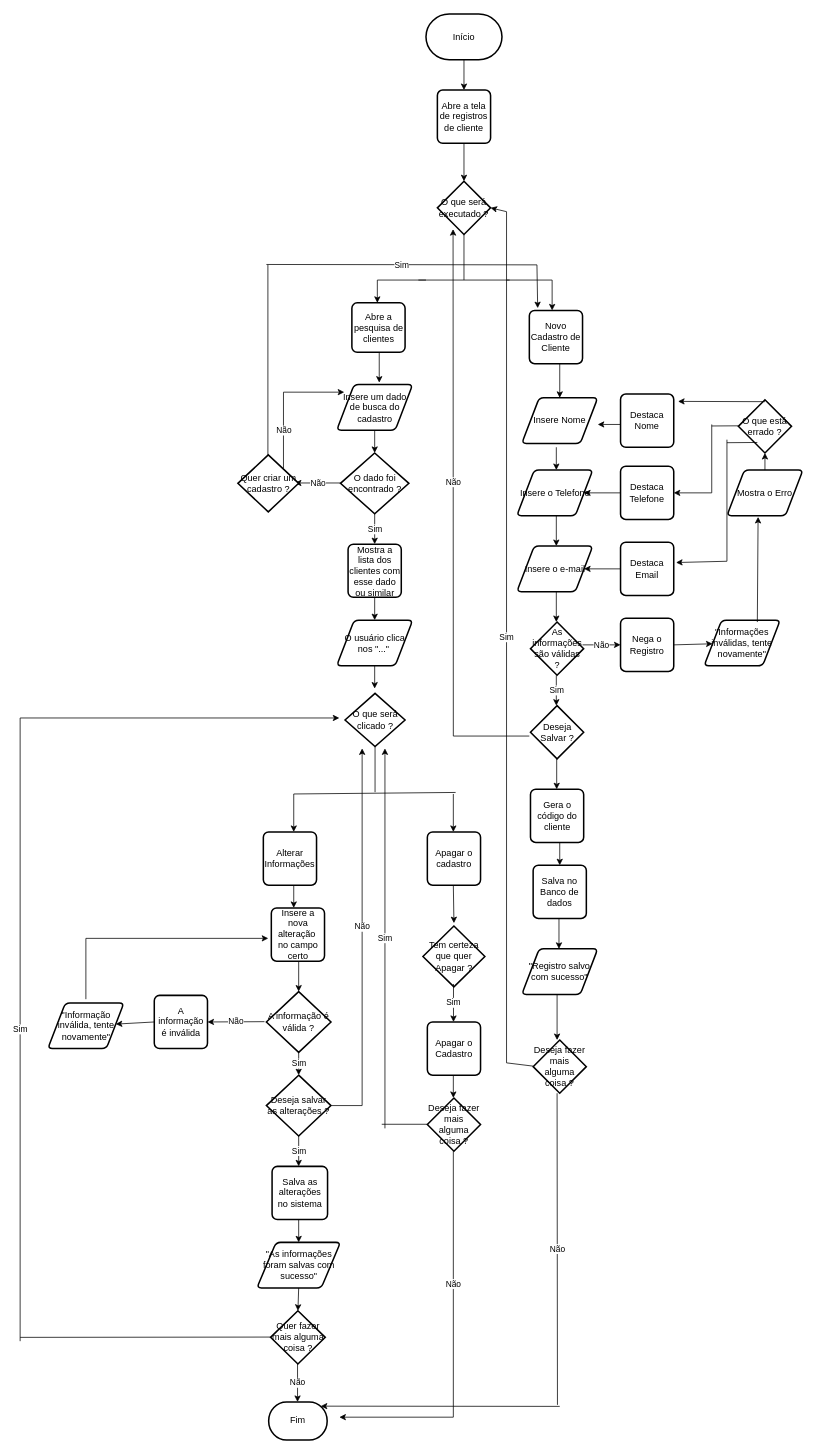
Above: page "Cadastro-de-Cliente" (2 of 14) of DOC/Fluxograma.drawio in GuilhermeIgarashi7/avatar-Fluxograma (draw.io), before the change. Source tidied: cells renumbered, new cells numbered last; positions are measured from the earlier drawing's top-left corner, leaving out a move shared by most shapes. Both pictures are drawn from the tidied source at 76%, with x=0, y=0 at pixel (20, 14).
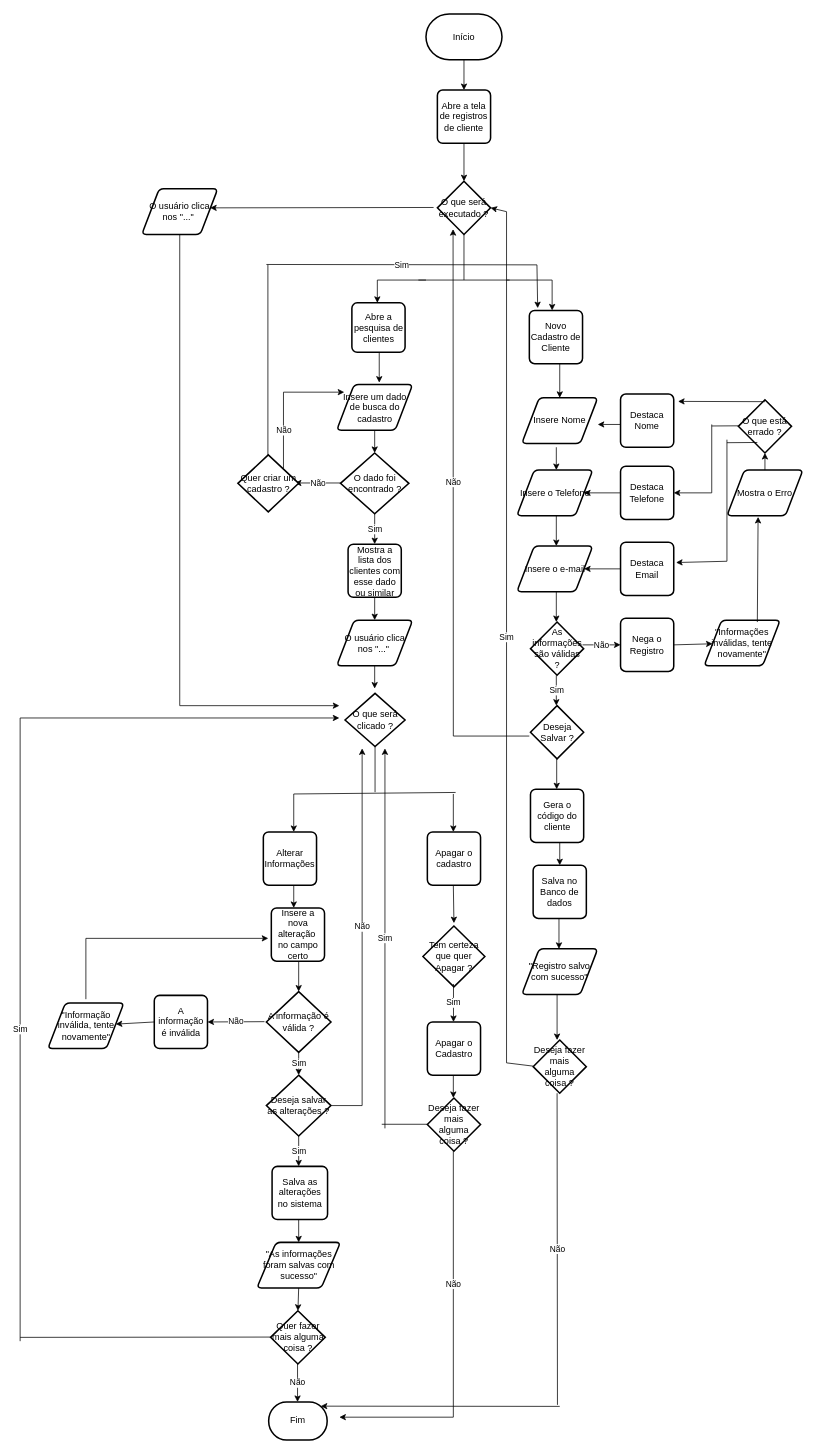
Above is the later version.

Diff of the diagram source:
```diff
@@
+    <mxCell id="119" style="endArrow=classic;html=1;rounded=0;" parent="1" edge="1">
+      <mxGeometry relative="1" as="geometry">
+        <mxPoint x="544" y="254.5" as="sourcePoint" />
+        <mxPoint x="250" y="255" as="targetPoint" />
+      </mxGeometry>
+    </mxCell>
+    <mxCell id="120" value="O usuário clica nos &quot;...&quot;&amp;nbsp;" style="shape=parallelogram;html=1;strokeWidth=2;perimeter=parallelogramPerimeter;whiteSpace=wrap;rounded=1;arcSize=12;size=0.23;" parent="1" vertex="1">
+      <mxGeometry x="160" y="230" width="100" height="60" as="geometry" />
+    </mxCell>
+    <mxCell id="121" style="endArrow=none;html=1;rounded=0;" parent="1" edge="1">
+      <mxGeometry relative="1" as="geometry">
+        <mxPoint x="210" y="910" as="sourcePoint" />
+        <mxPoint x="210" y="290" as="targetPoint" />
+      </mxGeometry>
+    </mxCell>
+    <mxCell id="122" style="endArrow=classic;html=1;rounded=0;" parent="1" edge="1">
+      <mxGeometry relative="1" as="geometry">
+        <mxPoint x="210" y="910" as="sourcePoint" />
+        <mxPoint x="420" y="910" as="targetPoint" />
+      </mxGeometry>
+    </mxCell>
```
